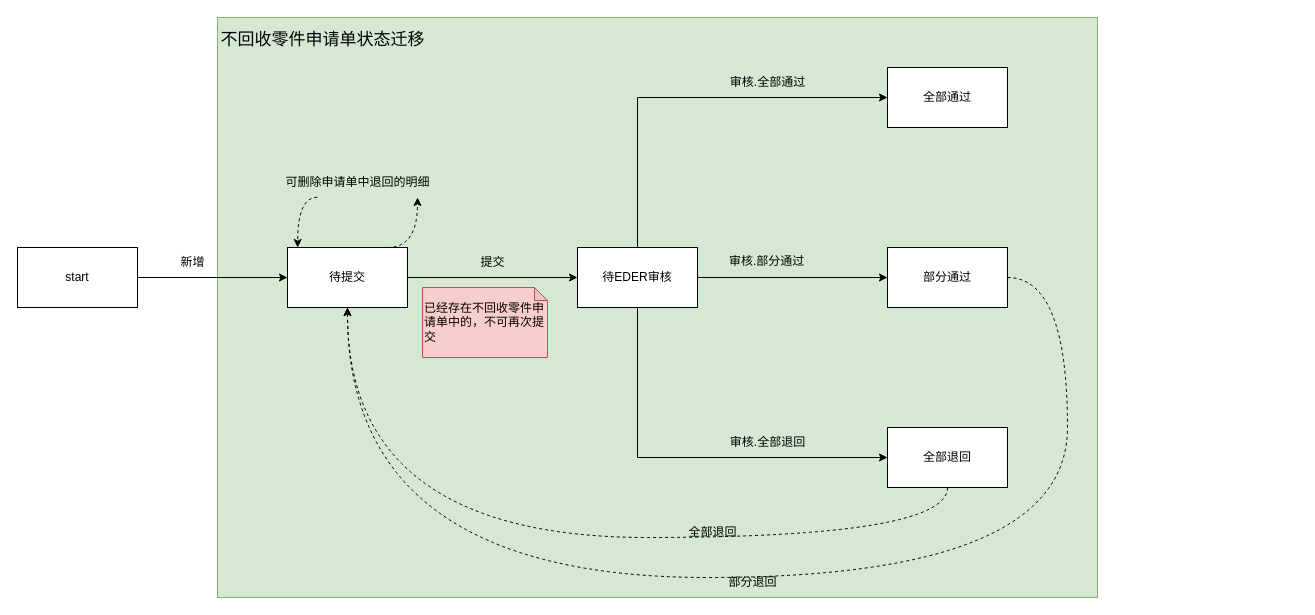
Above: 不回收零件申请单.drawio in 1132489442/designer (draw.io), before the change. Source tidied: cells renumbered, new cells numbered last; positions are measured from the earlier drawing's top-left corner, leaving out a move shared by most shapes. Both pictures are drawn from the tidied source at 100%, with x=0, y=0 at pixel (17, 17).
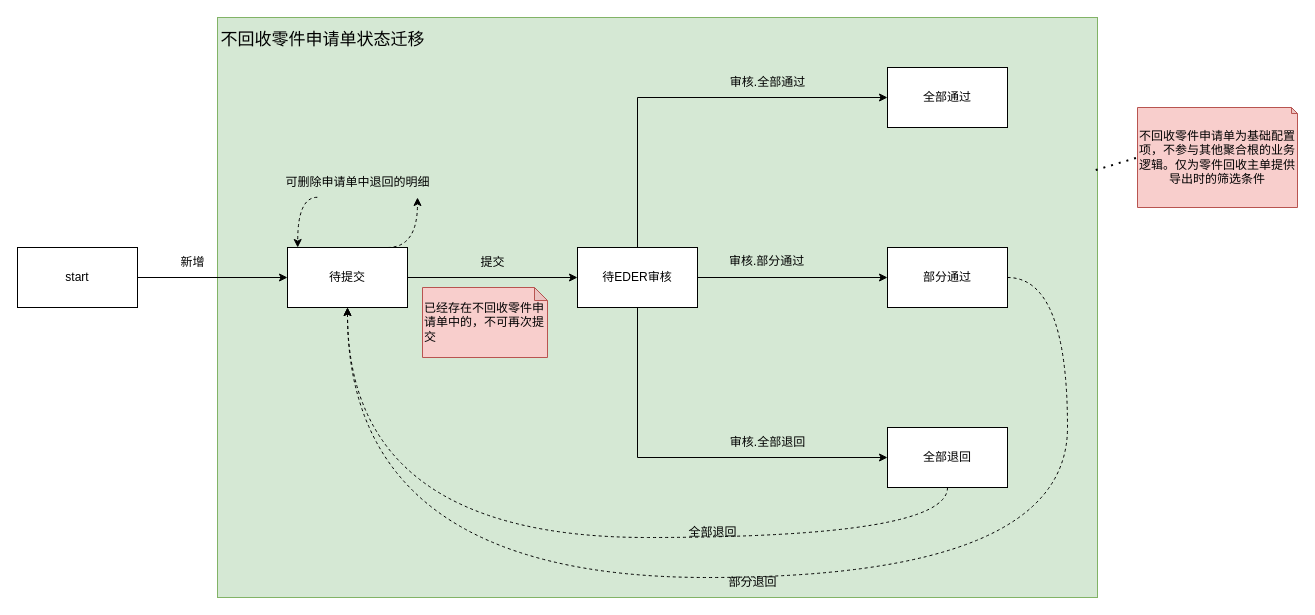
The same page after the edit.

Commit message (it also covers changes not shown here):
更新不回收零件申请单.drawio

Unchanged cells that the change refers to:
```xml
<mxCell id="2" style="rounded=0;whiteSpace=wrap;html=1;fillColor=#d5e8d4;strokeColor=#82b366;" parent="1" vertex="1">
  <mxGeometry x="200" width="880" height="580" as="geometry" />
</mxCell>
```

What changed in the source:
```diff
@@
+    <mxCell id="28" value="不回收零件申请单为基础配置项，不参与其他聚合根的业务逻辑。仅为零件回收主单提供导出时的筛选条件" style="shape=note;whiteSpace=wrap;html=1;backgroundOutline=1;darkOpacity=0.05;size=6;fillColor=#f8cecc;strokeColor=#b85450;" parent="1" vertex="1">
+      <mxGeometry x="1120" y="90" width="160" height="100" as="geometry" />
+    </mxCell>
+    <mxCell id="29" style="endArrow=none;dashed=1;html=1;dashPattern=1 3;strokeWidth=2;rounded=0;entryX=0;entryY=0.5;entryDx=0;entryDy=0;entryPerimeter=0;exitX=0.998;exitY=0.263;exitDx=0;exitDy=0;exitPerimeter=0;" parent="1" edge="1" source="2" target="28">
+      <mxGeometry relative="1" as="geometry" />
+    </mxCell>
```
